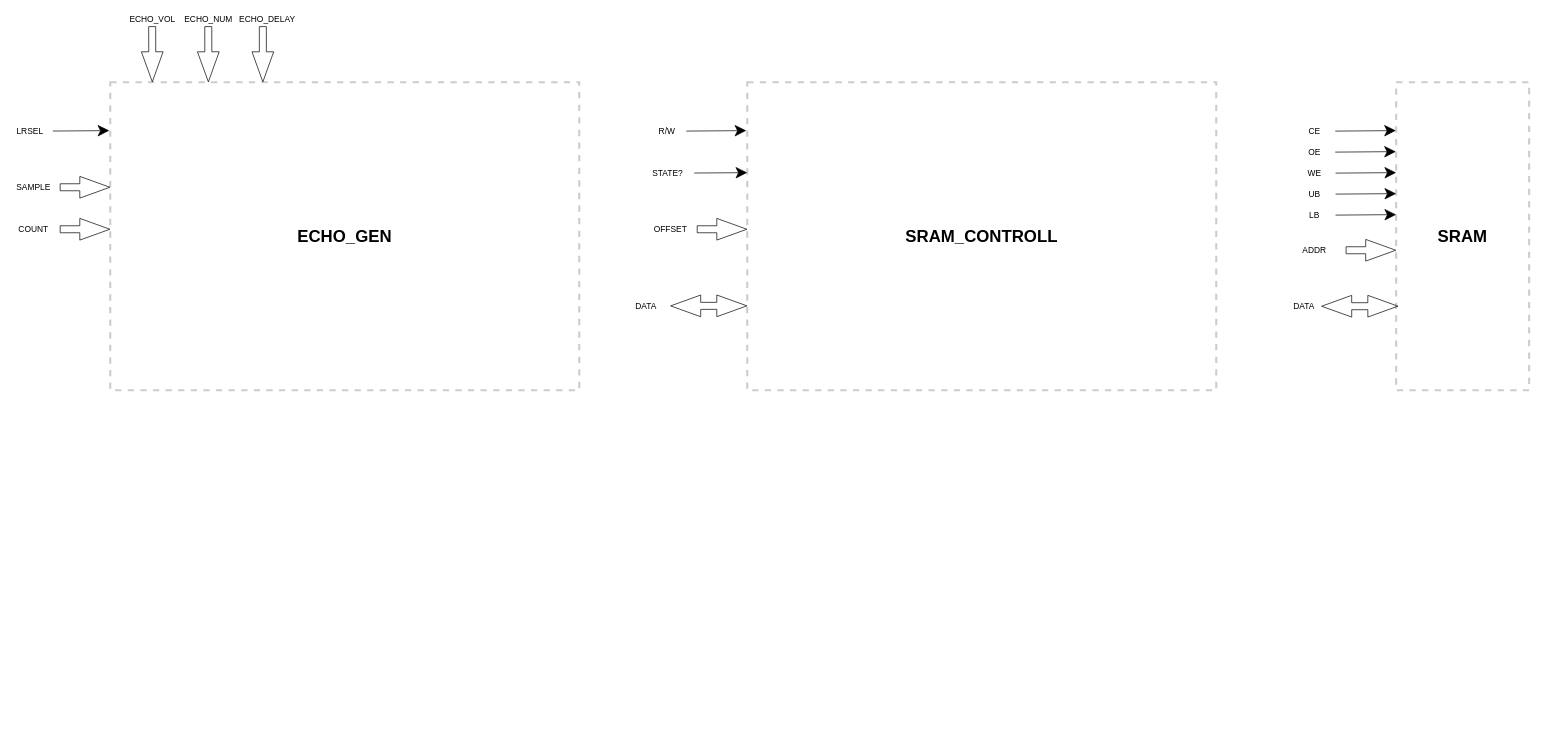
JoeyStrandnes/TSIU03-VHDL-Gang keeps this draw.io diagram as Documentation/Echo_blockdiagram.drawio. Above is the earlier version. Source tidied: cells renumbered, new cells numbered last; positions are measured from the earlier drawing's top-left corner, leaving out a move shared by most shapes. Both pictures are drawn from the tidied source at 70%, with x=0, y=0 at pixel (12, 12).
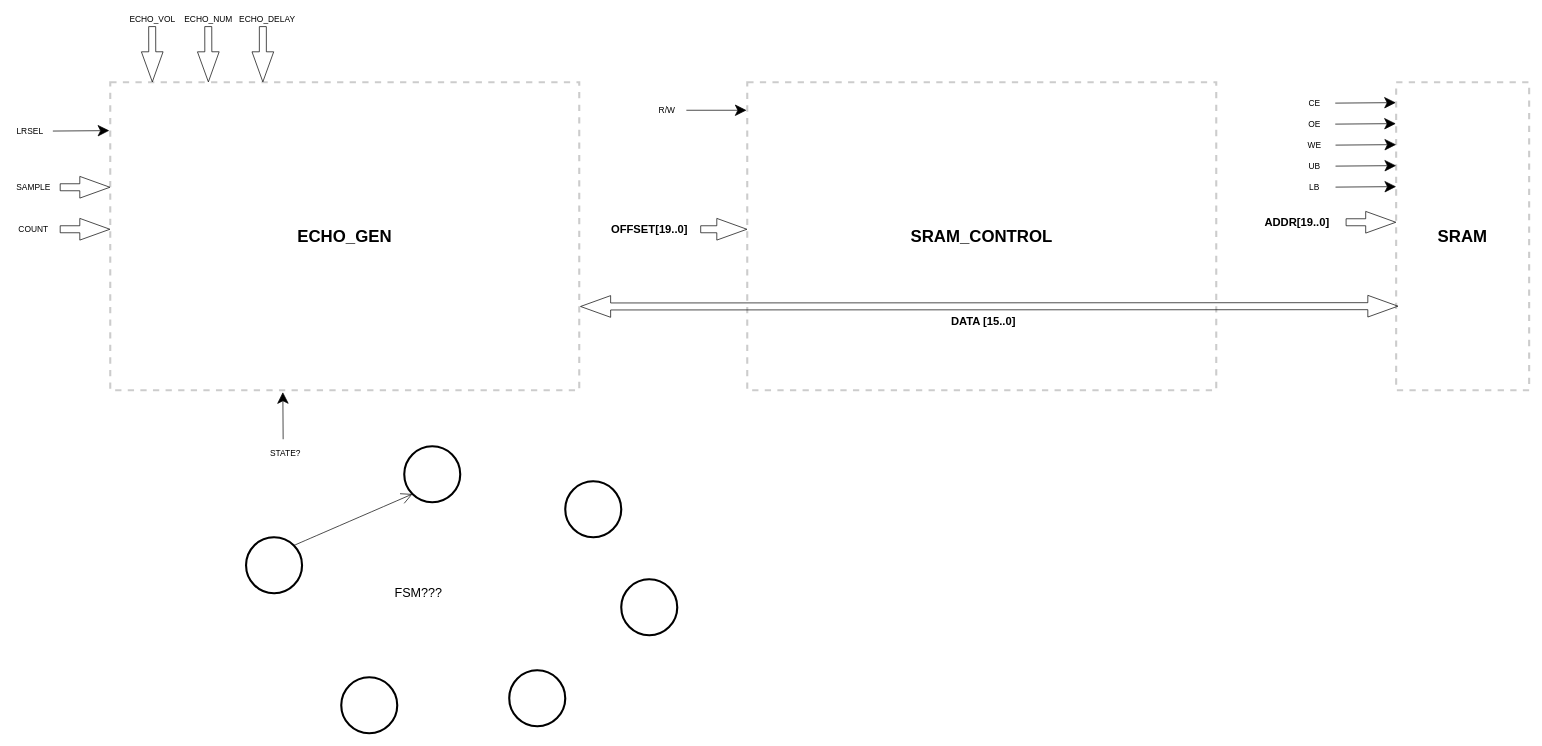
The same page after the edit.

Commit message (it also covers changes not shown here):
Uppdaterat blockdiagrammen

The change refers to these unchanged cells:
```xml
<mxCell id="2" value="&lt;font style=&quot;font-size: 24px&quot;&gt;&lt;b&gt;ECHO_GEN&lt;/b&gt;&lt;/font&gt;" style="rounded=0;whiteSpace=wrap;html=1;hachureGap=4;dashed=1;opacity=20;strokeWidth=3;" parent="1" vertex="1">
  <mxGeometry x="140" y="100" width="670" height="440" as="geometry" />
</mxCell>
<mxCell id="24" value="&lt;b&gt;&lt;font style=&quot;font-size: 24px&quot;&gt;SRAM&lt;/font&gt;&lt;/b&gt;" style="rounded=0;whiteSpace=wrap;html=1;hachureGap=4;dashed=1;opacity=20;strokeWidth=3;" parent="1" vertex="1">
  <mxGeometry x="1977" y="100" width="190" height="440" as="geometry" />
</mxCell>
```

The edit, as a diff of the source:
```diff
@@
-    <mxCell id="18" value="&lt;b&gt;&lt;font style=&quot;font-size: 24px&quot;&gt;SRAM_CONTROLL&lt;/font&gt;&lt;/b&gt;" style="rounded=0;whiteSpace=wrap;html=1;hachureGap=4;dashed=1;opacity=20;strokeWidth=3;" parent="1" vertex="1">
+    <mxCell id="18" value="&lt;b&gt;&lt;font style=&quot;font-size: 24px&quot;&gt;SRAM_CONTROL&lt;/font&gt;&lt;/b&gt;" style="rounded=0;whiteSpace=wrap;html=1;hachureGap=4;dashed=1;opacity=20;strokeWidth=3;" parent="1" vertex="1">
       <mxGeometry x="1050" y="100" width="670" height="440" as="geometry" />
     </mxCell>
     <mxCell id="19" value="R/W" style="text;html=1;align=center;verticalAlign=middle;points=[];strokeColor=none;fillColor=none;" parent="1" vertex="1">
-      <mxGeometry x="915" y="160" width="40" height="20" as="geometry" />
+      <mxGeometry x="915" y="130" width="40" height="20" as="geometry" />
     </mxCell>
-    <mxCell id="20" style="endArrow=classic;html=1;startSize=14;endSize=14;sourcePerimeterSpacing=8;targetPerimeterSpacing=8;entryX=-0.002;entryY=0.157;entryDx=0;entryDy=0;entryPerimeter=0;" parent="1" edge="1" source="19" target="18">
-      <mxGeometry relative="1" as="geometry" />
+    <mxCell id="20" style="endArrow=classic;html=1;startSize=14;endSize=14;sourcePerimeterSpacing=8;targetPerimeterSpacing=8;" parent="1" edge="1" source="19">
+      <mxGeometry relative="1" as="geometry">
+        <mxPoint x="1049" y="140" as="targetPoint" />
+      </mxGeometry>
     </mxCell>
@@
-    <mxCell id="22" value="OFFSET" style="text;html=1;align=center;verticalAlign=middle;points=[];strokeColor=none;fillColor=none;" parent="1" vertex="1">
-      <mxGeometry x="910" y="300" width="60" height="20" as="geometry" />
+    <mxCell id="22" value="&lt;b&gt;&lt;font style=&quot;font-size: 16px&quot;&gt;OFFSET[19..0]&lt;/font&gt;&lt;/b&gt;" style="text;html=1;align=center;verticalAlign=middle;points=[];strokeColor=none;fillColor=none;" parent="1" vertex="1">
+      <mxGeometry x="845" y="300" width="130" height="20" as="geometry" />
     </mxCell>
-    <mxCell id="23" value="DATA" style="text;html=1;align=center;verticalAlign=middle;strokeColor=none;fillColor=none;" parent="1" vertex="1">
-      <mxGeometry x="880" y="410" width="50" height="20" as="geometry" />
-    </mxCell>
@@
     <mxCell id="25" value="CE" style="text;html=1;align=center;verticalAlign=middle;strokeColor=none;fillColor=none;" parent="1" vertex="1">
-      <mxGeometry x="1845" y="160" width="30" height="20" as="geometry" />
+      <mxGeometry x="1845" y="120" width="30" height="20" as="geometry" />
     </mxCell>
-    <mxCell id="26" style="endArrow=classic;html=1;startSize=14;endSize=14;sourcePerimeterSpacing=8;targetPerimeterSpacing=8;entryX=-0.002;entryY=0.157;entryDx=0;entryDy=0;entryPerimeter=0;" parent="1" edge="1" target="24">
+    <mxCell id="26" style="endArrow=classic;html=1;startSize=14;endSize=14;sourcePerimeterSpacing=8;targetPerimeterSpacing=8;entryX=-0.002;entryY=0.157;entryDx=0;entryDy=0;entryPerimeter=0;" parent="1" edge="1">
       <mxGeometry relative="1" as="geometry">
-        <mxPoint x="1890" y="169.8" as="sourcePoint" />
+        <mxPoint x="1890" y="129.8" as="sourcePoint" />
+        <mxPoint x="1976.6" y="129.1" as="targetPoint" />
       </mxGeometry>
     </mxCell>
     <mxCell id="27" style="shape=flexArrow;endArrow=classic;html=1;startSize=14;endSize=14;sourcePerimeterSpacing=8;targetPerimeterSpacing=8;" parent="1" edge="1">
       <mxGeometry relative="1" as="geometry">
-        <mxPoint x="1905" y="340" as="sourcePoint" />
-        <mxPoint x="1977" y="340" as="targetPoint" />
+        <mxPoint x="1905" y="300" as="sourcePoint" />
+        <mxPoint x="1977" y="300" as="targetPoint" />
       </mxGeometry>
     </mxCell>
-    <mxCell id="28" value="ADDR" style="text;html=1;align=center;verticalAlign=middle;strokeColor=none;fillColor=none;" parent="1" vertex="1">
-      <mxGeometry x="1835.4" y="330" width="50" height="20" as="geometry" />
+    <mxCell id="28" value="&lt;b&gt;&lt;font style=&quot;font-size: 16px&quot;&gt;ADDR[19..0]&lt;/font&gt;&lt;/b&gt;" style="text;html=1;align=center;verticalAlign=middle;strokeColor=none;fillColor=none;" parent="1" vertex="1">
+      <mxGeometry x="1780" y="290" width="110" height="20" as="geometry" />
     </mxCell>
-    <mxCell id="29" value="DATA" style="text;html=1;align=center;verticalAlign=middle;strokeColor=none;fillColor=none;" parent="1" vertex="1">
-      <mxGeometry x="1820" y="410" width="50" height="20" as="geometry" />
-    </mxCell>
-    <mxCell id="30" style="shape=flexArrow;endArrow=classic;startArrow=classic;html=1;startSize=14;endSize=14;sourcePerimeterSpacing=8;targetPerimeterSpacing=8;entryX=0.016;entryY=0.727;entryDx=0;entryDy=0;entryPerimeter=0;" parent="1" edge="1" target="24">
-      <mxGeometry relative="1" as="geometry">
-        <mxPoint x="1870" y="420" as="sourcePoint" />
-      </mxGeometry>
+    <mxCell id="30" style="shape=flexArrow;endArrow=classic;startArrow=classic;html=1;startSize=14;endSize=14;sourcePerimeterSpacing=8;targetPerimeterSpacing=8;entryX=0.016;entryY=0.727;entryDx=0;entryDy=0;entryPerimeter=0;exitX=1.002;exitY=0.728;exitDx=0;exitDy=0;exitPerimeter=0;" parent="1" edge="1" source="2" target="24">
+      <mxGeometry relative="1" as="geometry" />
     </mxCell>
+    <mxCell id="42" value="&lt;b&gt;&lt;font style=&quot;font-size: 16px&quot;&gt;DATA [15..0]&lt;/font&gt;&lt;/b&gt;" style="edgeLabel;html=1;align=center;verticalAlign=middle;" parent="30" vertex="1">
+      <mxGeometry x="-0.02" y="-2" relative="1" as="geometry">
+        <mxPoint x="2" y="18" as="offset" />
+      </mxGeometry>
+    </mxCell>
     <mxCell id="31" value="OE" style="text;html=1;align=center;verticalAlign=middle;strokeColor=none;fillColor=none;" parent="1" vertex="1">
-      <mxGeometry x="1845" y="190" width="30" height="20" as="geometry" />
+      <mxGeometry x="1845" y="150" width="30" height="20" as="geometry" />
     </mxCell>
     <mxCell id="32" style="endArrow=classic;html=1;startSize=14;endSize=14;sourcePerimeterSpacing=8;targetPerimeterSpacing=8;entryX=-0.002;entryY=0.157;entryDx=0;entryDy=0;entryPerimeter=0;" parent="1" edge="1">
       <mxGeometry relative="1" as="geometry">
-        <mxPoint x="1890" y="199.8" as="sourcePoint" />
-        <mxPoint x="1976.6" y="199.1" as="targetPoint" />
+        <mxPoint x="1890" y="159.8" as="sourcePoint" />
+        <mxPoint x="1976.6" y="159.1" as="targetPoint" />
       </mxGeometry>
     </mxCell>
     <mxCell id="33" value="WE" style="text;html=1;align=center;verticalAlign=middle;strokeColor=none;fillColor=none;" parent="1" vertex="1">
-      <mxGeometry x="1845.4" y="220" width="30" height="20" as="geometry" />
+      <mxGeometry x="1845.4" y="180" width="30" height="20" as="geometry" />
     </mxCell>
     <mxCell id="34" style="endArrow=classic;html=1;startSize=14;endSize=14;sourcePerimeterSpacing=8;targetPerimeterSpacing=8;entryX=-0.002;entryY=0.157;entryDx=0;entryDy=0;entryPerimeter=0;" parent="1" edge="1">
       <mxGeometry relative="1" as="geometry">
-        <mxPoint x="1890.4" y="229.8" as="sourcePoint" />
-        <mxPoint x="1977" y="229.1" as="targetPoint" />
+        <mxPoint x="1890.4" y="189.8" as="sourcePoint" />
+        <mxPoint x="1977" y="189.1" as="targetPoint" />
       </mxGeometry>
     </mxCell>
     <mxCell id="35" value="UB" style="text;html=1;align=center;verticalAlign=middle;strokeColor=none;fillColor=none;" parent="1" vertex="1">
-      <mxGeometry x="1845.4" y="250" width="30" height="20" as="geometry" />
+      <mxGeometry x="1845.4" y="210" width="30" height="20" as="geometry" />
     </mxCell>
     <mxCell id="36" style="endArrow=classic;html=1;startSize=14;endSize=14;sourcePerimeterSpacing=8;targetPerimeterSpacing=8;entryX=-0.002;entryY=0.157;entryDx=0;entryDy=0;entryPerimeter=0;" parent="1" edge="1">
       <mxGeometry relative="1" as="geometry">
-        <mxPoint x="1890.4" y="259.8" as="sourcePoint" />
-        <mxPoint x="1977" y="259.1" as="targetPoint" />
+        <mxPoint x="1890.4" y="219.8" as="sourcePoint" />
+        <mxPoint x="1977" y="219.1" as="targetPoint" />
       </mxGeometry>
     </mxCell>
     <mxCell id="37" value="LB" style="text;html=1;align=center;verticalAlign=middle;strokeColor=none;fillColor=none;" parent="1" vertex="1">
-      <mxGeometry x="1845.4" y="280" width="30" height="20" as="geometry" />
+      <mxGeometry x="1845.4" y="240" width="30" height="20" as="geometry" />
     </mxCell>
     <mxCell id="38" style="endArrow=classic;html=1;startSize=14;endSize=14;sourcePerimeterSpacing=8;targetPerimeterSpacing=8;entryX=-0.002;entryY=0.157;entryDx=0;entryDy=0;entryPerimeter=0;" parent="1" edge="1">
       <mxGeometry relative="1" as="geometry">
-        <mxPoint x="1890.4" y="289.8" as="sourcePoint" />
-        <mxPoint x="1977" y="289.1" as="targetPoint" />
+        <mxPoint x="1890.4" y="249.8" as="sourcePoint" />
+        <mxPoint x="1977" y="249.1" as="targetPoint" />
       </mxGeometry>
     </mxCell>
-    <mxCell id="39" style="shape=flexArrow;endArrow=classic;startArrow=classic;html=1;startSize=14;endSize=14;sourcePerimeterSpacing=8;targetPerimeterSpacing=8;entryX=0.016;entryY=0.727;entryDx=0;entryDy=0;entryPerimeter=0;" parent="1" edge="1">
-      <mxGeometry relative="1" as="geometry">
-        <mxPoint x="940" y="419.5" as="sourcePoint" />
-        <mxPoint x="1050" y="419.4" as="targetPoint" />
-      </mxGeometry>
-    </mxCell>
     <mxCell id="40" value="STATE?" style="text;html=1;align=center;verticalAlign=middle;points=[];strokeColor=none;fillColor=none;" parent="1" vertex="1">
-      <mxGeometry x="906.3" y="220" width="60" height="20" as="geometry" />
+      <mxGeometry x="360" y="620" width="60" height="20" as="geometry" />
     </mxCell>
-    <mxCell id="41" style="endArrow=classic;html=1;startSize=14;endSize=14;sourcePerimeterSpacing=8;targetPerimeterSpacing=8;entryX=-0.002;entryY=0.157;entryDx=0;entryDy=0;entryPerimeter=0;" parent="1" edge="1" source="40">
+    <mxCell id="41" style="endArrow=classic;html=1;startSize=14;endSize=14;sourcePerimeterSpacing=8;targetPerimeterSpacing=8;entryX=0.368;entryY=1.006;entryDx=0;entryDy=0;entryPerimeter=0;" parent="1" edge="1" target="2">
       <mxGeometry relative="1" as="geometry">
-        <mxPoint x="1050" y="229.1" as="targetPoint" />
+        <mxPoint x="387" y="610" as="sourcePoint" />
       </mxGeometry>
     </mxCell>
+    <mxCell id="43" style="ellipse;whiteSpace=wrap;html=1;dashed=1;hachureGap=4;strokeWidth=3;opacity=20;" parent="1" vertex="1">
+      <mxGeometry x="334" y="750" width="80" height="80" as="geometry" />
+    </mxCell>
+    <mxCell id="44" style="ellipse;whiteSpace=wrap;html=1;hachureGap=4;strokeWidth=3;" parent="1" vertex="1">
+      <mxGeometry x="560" y="620" width="80" height="80" as="geometry" />
+    </mxCell>
+    <mxCell id="45" style="ellipse;whiteSpace=wrap;html=1;dashed=1;hachureGap=4;strokeWidth=3;opacity=20;" parent="1" vertex="1">
+      <mxGeometry x="790" y="670" width="80" height="80" as="geometry" />
+    </mxCell>
+    <mxCell id="46" style="ellipse;whiteSpace=wrap;html=1;dashed=1;hachureGap=4;strokeWidth=3;opacity=20;" parent="1" vertex="1">
+      <mxGeometry x="870" y="810" width="80" height="80" as="geometry" />
+    </mxCell>
+    <mxCell id="47" style="ellipse;whiteSpace=wrap;html=1;dashed=1;hachureGap=4;strokeWidth=3;opacity=20;" parent="1" vertex="1">
+      <mxGeometry x="710" y="940" width="80" height="80" as="geometry" />
+    </mxCell>
+    <mxCell id="48" style="ellipse;whiteSpace=wrap;html=1;hachureGap=4;strokeWidth=3;" parent="1" vertex="1">
+      <mxGeometry x="470" y="950" width="80" height="80" as="geometry" />
+    </mxCell>
+    <mxCell id="49" style="edgeStyle=none;curved=1;rounded=0;jettySize=auto;html=1;exitX=1;exitY=0;exitDx=0;exitDy=0;entryX=0;entryY=1;entryDx=0;entryDy=0;endArrow=open;startSize=14;endSize=14;sourcePerimeterSpacing=8;targetPerimeterSpacing=8;" parent="1" edge="1" source="50" target="44">
+      <mxGeometry relative="1" as="geometry" />
+    </mxCell>
+    <mxCell id="50" style="ellipse;whiteSpace=wrap;html=1;hachureGap=4;strokeWidth=3;" parent="1" vertex="1">
+      <mxGeometry x="334" y="750" width="80" height="80" as="geometry" />
+    </mxCell>
+    <mxCell id="51" style="ellipse;whiteSpace=wrap;html=1;hachureGap=4;strokeWidth=3;" parent="1" vertex="1">
+      <mxGeometry x="790" y="670" width="80" height="80" as="geometry" />
+    </mxCell>
+    <mxCell id="52" style="ellipse;whiteSpace=wrap;html=1;hachureGap=4;strokeWidth=3;" parent="1" vertex="1">
+      <mxGeometry x="870" y="810" width="80" height="80" as="geometry" />
+    </mxCell>
+    <mxCell id="53" style="ellipse;whiteSpace=wrap;html=1;hachureGap=4;strokeWidth=3;" parent="1" vertex="1">
+      <mxGeometry x="710" y="940" width="80" height="80" as="geometry" />
+    </mxCell>
+    <mxCell id="54" value="&lt;font style=&quot;font-size: 18px&quot;&gt;FSM???&lt;/font&gt;" style="text;html=1;align=center;verticalAlign=middle;strokeColor=none;fillColor=none;" parent="1" vertex="1">
+      <mxGeometry x="540" y="820" width="80" height="20" as="geometry" />
+    </mxCell>
```
